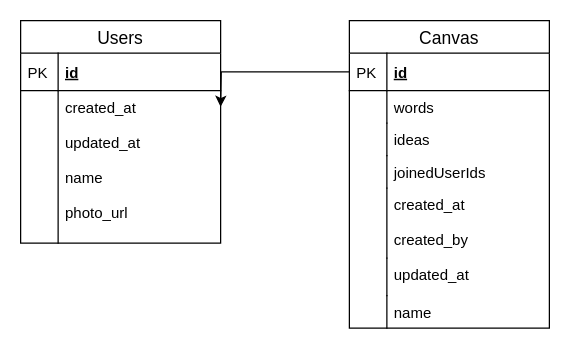
Before: src/firebase/DbRelation.drawio in kkhs0603/create-ideas, a draw.io diagram. Source tidied: cells renumbered, new cells numbered last; positions are measured from the earlier drawing's top-left corner, leaving out a move shared by most shapes. Both pictures are drawn from the tidied source at 125%, with x=0, y=0 at pixel (20, 20).
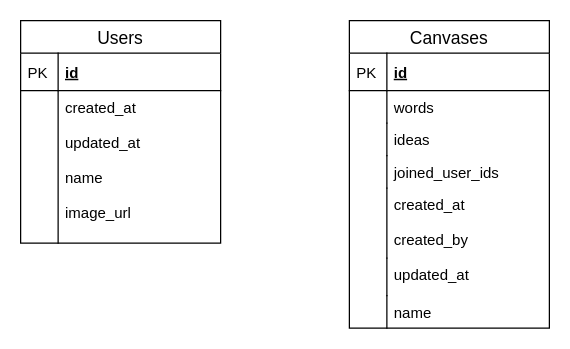
The same diagram, later.

The change refers to these unchanged cells:
```xml
<mxCell id="3" value="id" style="shape=partialRectangle;top=0;left=0;right=0;bottom=1;align=left;verticalAlign=middle;fillColor=none;spacingLeft=34;spacingRight=4;overflow=hidden;points=[[0,0.5],[1,0.5]];portConstraint=eastwest;fontStyle=5;fontSize=12;" parent="2" vertex="1">
  <mxGeometry y="26" width="160" height="30" as="geometry" />
</mxCell>
<mxCell id="18" value="Users" style="swimlane;fontStyle=0;horizontal=1;startSize=26;align=center;fontSize=14;" parent="1" vertex="1">
  <mxGeometry width="160" height="178" as="geometry" />
</mxCell>
```

What changed in the source:
```diff
@@
-    <mxCell id="2" value="Canvas" style="swimlane;fontStyle=0;horizontal=1;startSize=26;align=center;fontSize=14;" parent="1" vertex="1">
+    <mxCell id="2" value="Canvases" style="swimlane;fontStyle=0;horizontal=1;startSize=26;align=center;fontSize=14;" parent="1" vertex="1">
       <mxGeometry x="263" width="160" height="246" as="geometry" />
     </mxCell>
@@
-    <mxCell id="9" value="joinedUserIds" style="shape=partialRectangle;top=0;left=0;right=0;bottom=0;align=left;verticalAlign=top;fillColor=none;spacingLeft=34;spacingRight=4;overflow=hidden;fontSize=12;" parent="2" vertex="1">
+    <mxCell id="9" value="joined_user_ids" style="shape=partialRectangle;top=0;left=0;right=0;bottom=0;align=left;verticalAlign=top;fillColor=none;spacingLeft=34;spacingRight=4;overflow=hidden;fontSize=12;" parent="2" vertex="1">
       <mxGeometry y="108" width="160" height="26" as="geometry" />
     </mxCell>
@@
-    <mxCell id="17" style="edgeStyle=orthogonalEdgeStyle;rounded=0;jettySize=auto;html=1;exitX=0;exitY=0.5;exitDx=0;exitDy=0;" parent="1" edge="1" source="3">
-      <mxGeometry relative="1" as="geometry">
-        <mxPoint x="160" y="69" as="targetPoint" />
-      </mxGeometry>
-    </mxCell>
@@
-    <mxCell id="21" value="created_at&#10;&#10;updated_at&#10;&#10;name&#10;&#10;photo_url&#10;" style="shape=partialRectangle;top=0;left=0;right=0;bottom=0;align=left;verticalAlign=top;fillColor=none;spacingLeft=34;spacingRight=4;overflow=hidden;fontSize=12;" parent="18" vertex="1">
+    <mxCell id="21" value="created_at&#10;&#10;updated_at&#10;&#10;name&#10;&#10;image_url&#10;" style="shape=partialRectangle;top=0;left=0;right=0;bottom=0;align=left;verticalAlign=top;fillColor=none;spacingLeft=34;spacingRight=4;overflow=hidden;fontSize=12;" parent="18" vertex="1">
       <mxGeometry y="56" width="160" height="122" as="geometry" />
     </mxCell>
```
